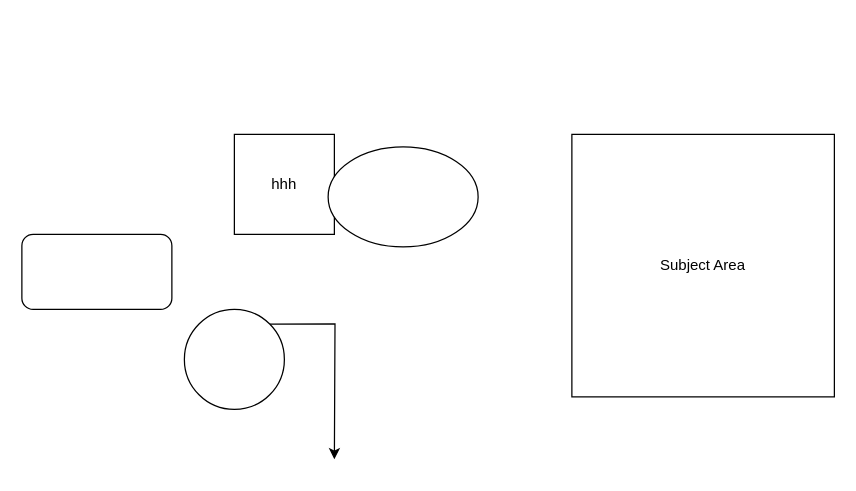
This is Untitled Diagram.drawio from iqbalgoury/samplefiles, a draw.io file, before an edit. Source tidied: cells renumbered, new cells numbered last; positions are measured from the earlier drawing's top-left corner, leaving out a move shared by most shapes. Both pictures are drawn from the tidied source at 125%, with x=0, y=0 at pixel (21, 134).
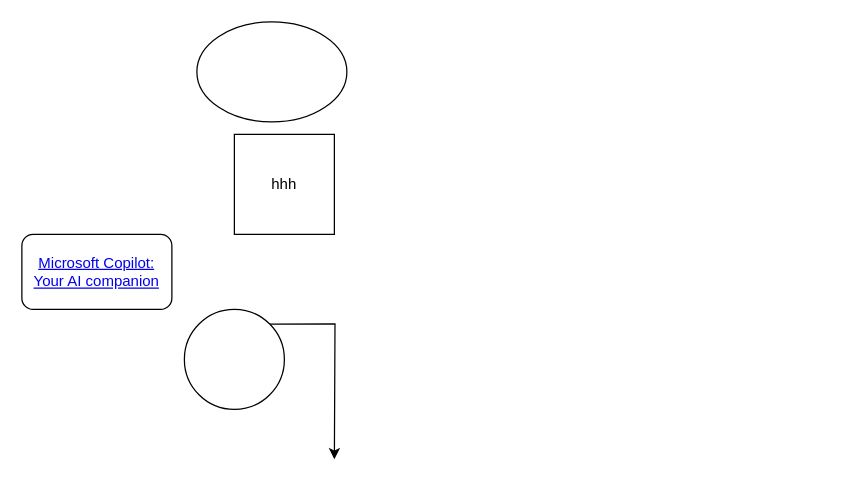
After the change.

Diff of the diagram source:
```diff
@@
 <mxGraphModel>
   <root>
     <mxCell id="0" />
     <mxCell id="1" parent="0" />
-    <mxCell id="2" style="rounded=1;whiteSpace=wrap;html=1;" parent="1" vertex="1">
+    <mxCell id="2" value="&lt;a href=&quot;https://copilot.microsoft.com/chats/RHDPdBvyvpDGnnrWRSW6V&quot;&gt;Microsoft Copilot: Your AI companion&lt;/a&gt;" style="rounded=1;whiteSpace=wrap;html=1;" parent="1" vertex="1">
       <mxGeometry y="80" width="120" height="60" as="geometry" />
     </mxCell>
     <mxCell id="3" style="edgeStyle=orthogonalEdgeStyle;rounded=0;jettySize=auto;html=1;exitX=1;exitY=0;exitDx=0;exitDy=0;" parent="1" edge="1" source="4">
       <mxGeometry relative="1" as="geometry">
         <mxPoint x="250" y="260" as="targetPoint" />
       </mxGeometry>
     </mxCell>
     <mxCell id="4" style="ellipse;whiteSpace=wrap;html=1;" parent="1" vertex="1">
       <mxGeometry x="130" y="140" width="80" height="80" as="geometry" />
     </mxCell>
     <mxCell id="5" value="hhh" style="whiteSpace=wrap;html=1;" parent="1" vertex="1">
       <mxGeometry x="170" width="80" height="80" as="geometry" />
     </mxCell>
     <mxCell id="6" style="ellipse;whiteSpace=wrap;html=1;" parent="1" vertex="1">
-      <mxGeometry x="245" y="10" width="120" height="80" as="geometry" />
+      <mxGeometry x="140" y="-90" width="120" height="80" as="geometry" />
     </mxCell>
-    <mxCell id="7" value="Subject Area" style="whiteSpace=wrap;html=1;rotation=0;" parent="1" vertex="1">
-      <mxGeometry x="440" width="210" height="210" as="geometry" />
-    </mxCell>
   </root>
 </mxGraphModel>
```
